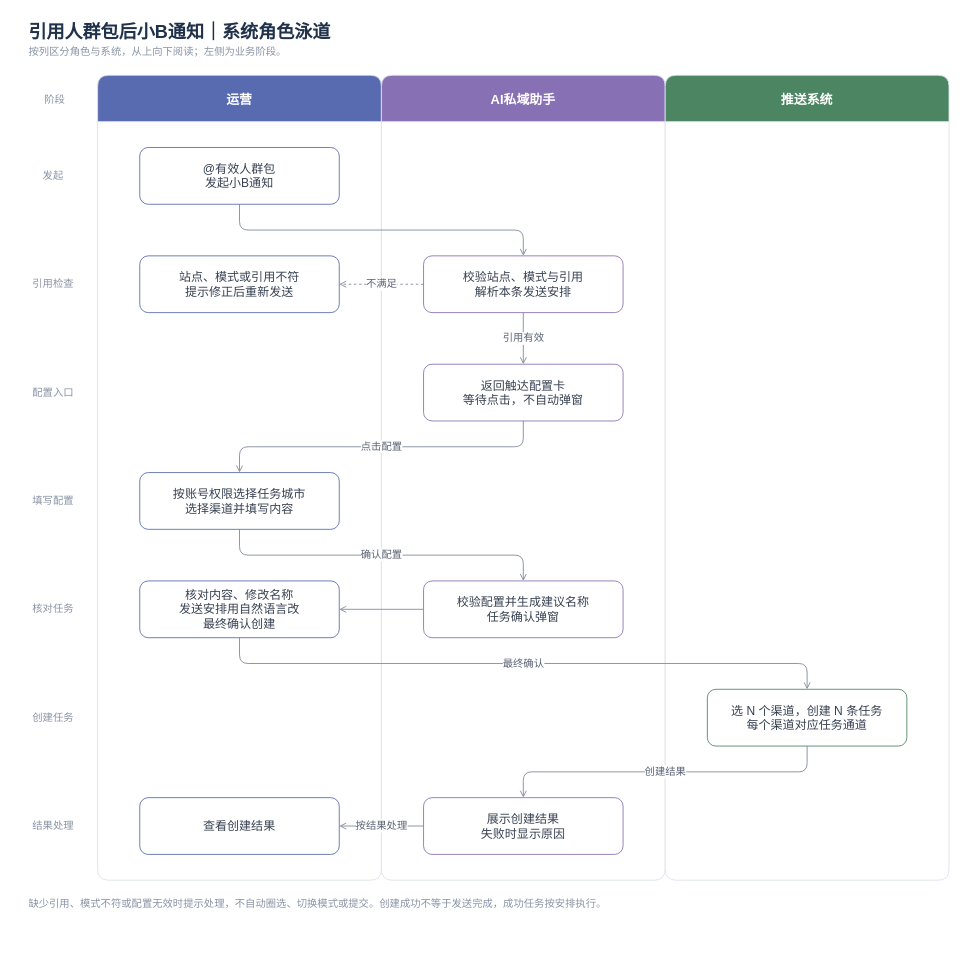
This is page "引用人群包后小B通知｜系统角色泳道" (2 of 3) of message-notifications/消息通知-角色与系统业务流程.drawio from JZT-AI/ai-proactive-activation, a draw.io file, before an edit. Source tidied: cells renumbered, new cells numbered last; positions are measured from the earlier drawing's top-left corner, leaving out a move shared by most shapes. Both pictures are drawn from the tidied source at 86%, with x=0, y=0 at pixel (15, 15).
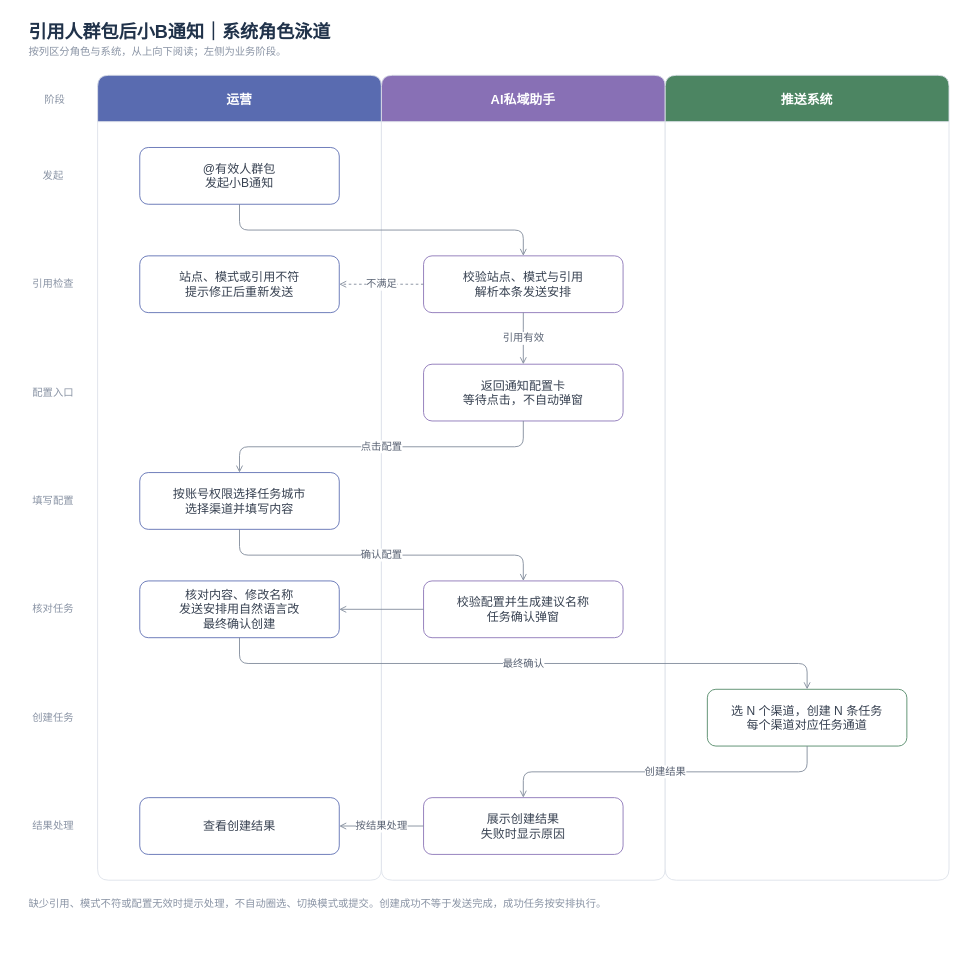
After the change.

The change refers to these unchanged cells:
```xml
<mxCell id="6" value="AI私域助手" style="swimlane;horizontal=1;startSize=54;rounded=1;arcSize=8;fillColor=#8870b5;swimlaneFillColor=#ffffff;strokeColor=#dce1e9;fontColor=#ffffff;fontSize=15;fontStyle=1;" parent="1" vertex="1">
  <mxGeometry x="426" y="70" width="330" height="936" as="geometry" />
</mxCell>
```

The edit, as a diff of the source:
```diff
@@
-    <mxCell id="17" value="返回触达配置卡&lt;br&gt;等待点击，不自动弹窗" style="rounded=1;whiteSpace=wrap;html=1;fillColor=#ffffff;strokeColor=#8870b5;strokeWidth=1;fontColor=#374151;fontSize=14;spacing=8;" parent="6" vertex="1">
+    <mxCell id="17" value="返回通知配置卡&lt;br&gt;等待点击，不自动弹窗" style="rounded=1;whiteSpace=wrap;html=1;fillColor=#ffffff;strokeColor=#8870b5;strokeWidth=1;fontColor=#374151;fontSize=14;spacing=8;" parent="6" vertex="1">
       <mxGeometry x="49" y="336" width="232" height="66" as="geometry" />
     </mxCell>
```
